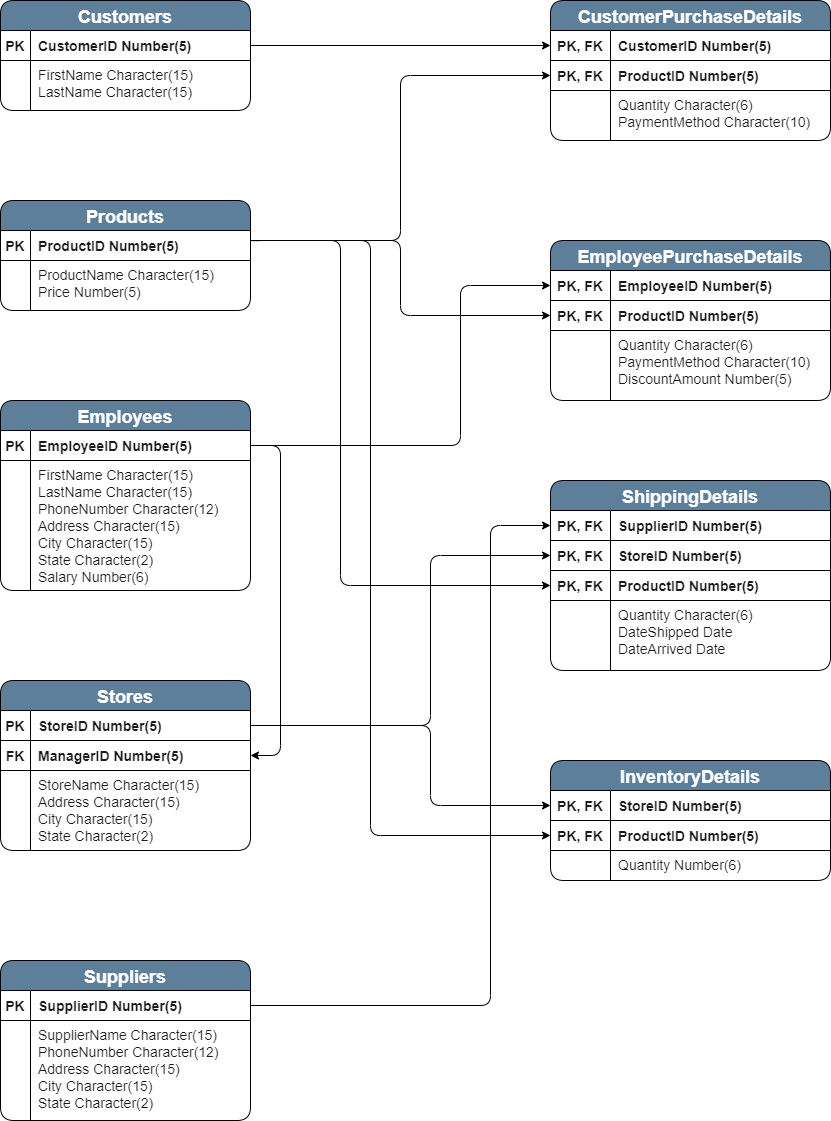
This is out/production/Masters Project/files/images/helpscreen/DatabaseSchema.png from DeliciousWaffle/MastersProject, a draw.io export, as it was before one commit. Source tidied: cells renumbered, new cells last; positions are measured from the earlier drawing's top-left corner, leaving out a move shared by most shapes.
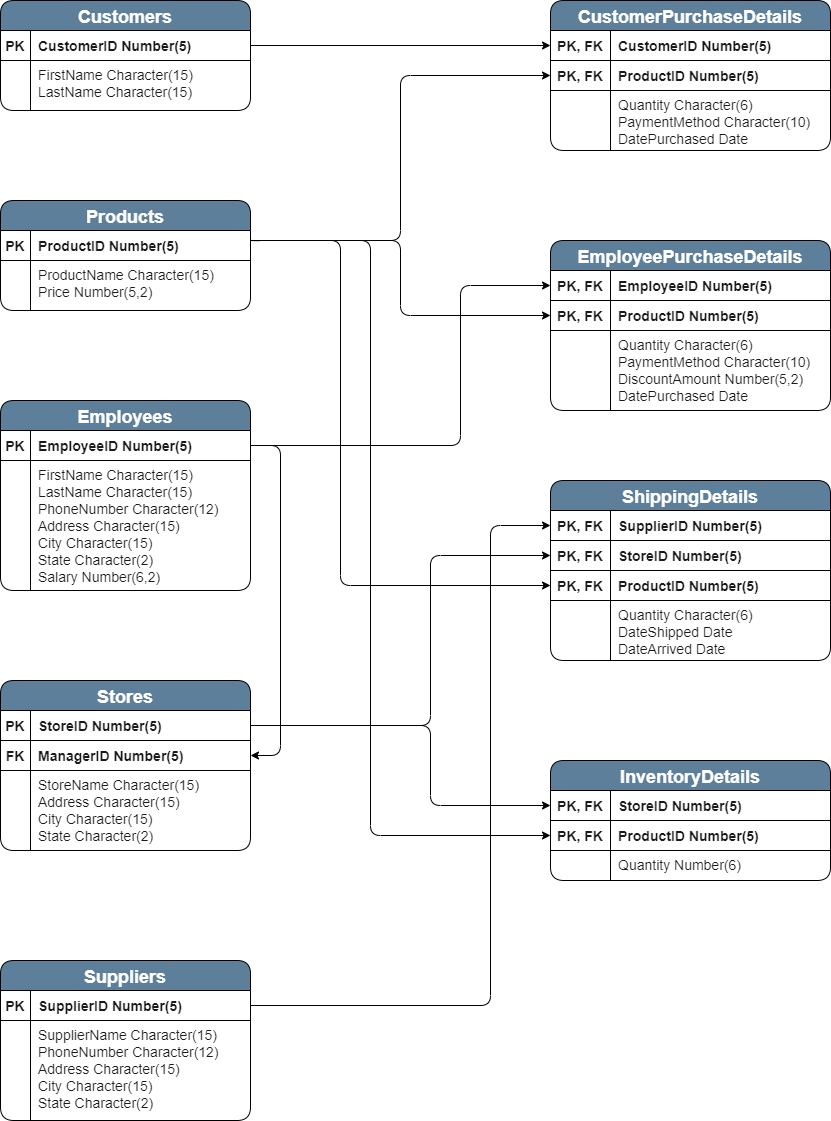
The same diagram one commit later.

What changed in the source:
```diff
@@ -120,7 +120,7 @@
     <mxCell id="24" style="shape=partialRectangle;overflow=hidden;fillColor=none;top=0;left=0;bottom=0;right=0;rounded=1;strokeColor=#D0CEE2;fontColor=#1A1A1A;" parent="23" vertex="1">
       <mxGeometry width="30" height="50" as="geometry" />
     </mxCell>
-    <mxCell id="25" value="ProductName Character(15)&#10;Price Number(5)&#10;" style="shape=partialRectangle;overflow=hidden;fillColor=none;top=0;left=0;bottom=0;right=0;align=left;spacingLeft=6;verticalAlign=top;rounded=1;strokeColor=#D0CEE2;fontColor=#1A1A1A;fontSize=14;spacingBottom=5;" parent="23" vertex="1">
+    <mxCell id="25" value="ProductName Character(15)&#10;Price Number(5,2)&#10;" style="shape=partialRectangle;overflow=hidden;fillColor=none;top=0;left=0;bottom=0;right=0;align=left;spacingLeft=6;verticalAlign=top;rounded=1;strokeColor=#D0CEE2;fontColor=#1A1A1A;fontSize=14;spacingBottom=5;" parent="23" vertex="1">
       <mxGeometry x="30" width="220" height="50" as="geometry" />
     </mxCell>
     <mxCell id="26" value="Employees" style="shape=table;startSize=30;rowLines=0;fontStyle=1;align=center;fillColor=#5D7F99;rounded=1;fontColor=#FFFFFF;fontSize=18;" parent="1" vertex="1">
@@ -141,7 +141,7 @@
     <mxCell id="31" style="shape=partialRectangle;overflow=hidden;fillColor=none;top=0;left=0;bottom=0;right=0;rounded=1;strokeColor=#D0CEE2;fontColor=#1A1A1A;" parent="30" vertex="1">
       <mxGeometry width="30" height="130" as="geometry" />
     </mxCell>
-    <mxCell id="32" value="FirstName Character(15)&#10;LastName Character(15)&#10;PhoneNumber Character(12)&#10;Address Character(15)&#10;City Character(15)&#10;State Character(2)&#10;Salary Number(6)&#10;" style="shape=partialRectangle;overflow=hidden;fillColor=none;top=0;left=0;bottom=0;right=0;align=left;spacingLeft=6;verticalAlign=top;rounded=1;strokeColor=#D0CEE2;fontColor=#1A1A1A;fontSize=14;spacingBottom=5;" parent="30" vertex="1">
+    <mxCell id="32" value="FirstName Character(15)&#10;LastName Character(15)&#10;PhoneNumber Character(12)&#10;Address Character(15)&#10;City Character(15)&#10;State Character(2)&#10;Salary Number(6,2)&#10;" style="shape=partialRectangle;overflow=hidden;fillColor=none;top=0;left=0;bottom=0;right=0;align=left;spacingLeft=6;verticalAlign=top;rounded=1;strokeColor=#D0CEE2;fontColor=#1A1A1A;fontSize=14;spacingBottom=5;" parent="30" vertex="1">
       <mxGeometry x="30" width="220" height="130" as="geometry" />
     </mxCell>
     <mxCell id="33" value="Stores" style="shape=table;startSize=30;rowLines=0;fontStyle=1;align=center;fillColor=#5D7F99;rounded=1;fontColor=#FFFFFF;fontSize=18;" parent="1" vertex="1">
@@ -175,7 +175,7 @@
       <mxGeometry x="30" width="220" height="80" as="geometry" />
     </mxCell>
     <mxCell id="43" value="CustomerPurchaseDetails" style="shape=table;startSize=30;rowLines=0;fontStyle=1;align=center;fillColor=#5D7F99;rounded=1;fontColor=#FFFFFF;fontSize=18;" parent="1" vertex="1">
-      <mxGeometry x="550" width="280" height="140" as="geometry" />
+      <mxGeometry x="550" width="280" height="150" as="geometry" />
     </mxCell>
     <mxCell id="44" style="shape=partialRectangle;fillColor=none;points=[[0,0.5],[1,0.5]];portConstraint=eastwest;top=0;left=0;right=0;bottom=1;rounded=1;fontColor=#1A1A1A;" parent="43" vertex="1">
       <mxGeometry y="30" width="280" height="30" as="geometry" />
@@ -196,16 +196,16 @@
       <mxGeometry x="60" width="220" height="30" as="geometry" />
     </mxCell>
     <mxCell id="50" style="shape=partialRectangle;fillColor=none;top=0;left=0;right=0;bottom=0;rounded=1;fontColor=#1A1A1A;" parent="43" vertex="1">
-      <mxGeometry y="90" width="280" height="50" as="geometry" />
+      <mxGeometry y="90" width="280" height="60" as="geometry" />
     </mxCell>
     <mxCell id="51" style="shape=partialRectangle;overflow=hidden;fillColor=none;top=0;left=0;bottom=0;right=0;rounded=1;strokeColor=#D0CEE2;fontColor=#1A1A1A;" parent="50" vertex="1">
-      <mxGeometry width="60" height="50" as="geometry" />
+      <mxGeometry width="60" height="60" as="geometry" />
     </mxCell>
-    <mxCell id="52" value="Quantity Character(6)&#10;PaymentMethod Character(10)&#10;" style="shape=partialRectangle;overflow=hidden;fillColor=none;top=0;left=0;bottom=0;right=0;align=left;spacingLeft=6;verticalAlign=top;rounded=1;strokeColor=#D0CEE2;fontColor=#1A1A1A;fontSize=14;spacingBottom=5;" parent="50" vertex="1">
-      <mxGeometry x="60" width="220" height="50" as="geometry" />
+    <mxCell id="52" value="Quantity Character(6)&#10;PaymentMethod Character(10)&#10;DatePurchased Date&#10;" style="shape=partialRectangle;overflow=hidden;fillColor=none;top=0;left=0;bottom=0;right=0;align=left;spacingLeft=6;verticalAlign=top;rounded=1;strokeColor=#D0CEE2;fontColor=#1A1A1A;fontSize=14;spacingBottom=5;" parent="50" vertex="1">
+      <mxGeometry x="60" width="220" height="60" as="geometry" />
     </mxCell>
     <mxCell id="53" value="EmployeePurchaseDetails" style="shape=table;startSize=30;rowLines=0;fontStyle=1;align=center;fillColor=#5D7F99;rounded=1;fontColor=#FFFFFF;fontSize=18;" parent="1" vertex="1">
-      <mxGeometry x="550" y="240" width="280" height="160" as="geometry" />
+      <mxGeometry x="550" y="240" width="280" height="170" as="geometry" />
     </mxCell>
     <mxCell id="54" style="shape=partialRectangle;fillColor=none;points=[[0,0.5],[1,0.5]];portConstraint=eastwest;top=0;left=0;right=0;bottom=1;rounded=1;fontColor=#1A1A1A;" parent="53" vertex="1">
       <mxGeometry y="30" width="280" height="30" as="geometry" />
@@ -226,16 +226,16 @@
       <mxGeometry x="60" width="220" height="30" as="geometry" />
     </mxCell>
     <mxCell id="60" style="shape=partialRectangle;fillColor=none;top=0;left=0;right=0;bottom=0;rounded=1;fontColor=#1A1A1A;" parent="53" vertex="1">
-      <mxGeometry y="90" width="280" height="70" as="geometry" />
+      <mxGeometry y="90" width="280" height="80" as="geometry" />
     </mxCell>
     <mxCell id="61" style="shape=partialRectangle;overflow=hidden;fillColor=none;top=0;left=0;bottom=0;right=0;rounded=1;strokeColor=#D0CEE2;fontColor=#1A1A1A;" parent="60" vertex="1">
-      <mxGeometry width="60" height="70" as="geometry" />
+      <mxGeometry width="60" height="80" as="geometry" />
     </mxCell>
-    <mxCell id="62" value="Quantity Character(6)&#10;PaymentMethod Character(10)&#10;DiscountAmount Number(5)&#10;" style="shape=partialRectangle;overflow=hidden;fillColor=none;top=0;left=0;bottom=0;right=0;align=left;spacingLeft=6;verticalAlign=top;rounded=1;strokeColor=#D0CEE2;fontColor=#1A1A1A;fontSize=14;spacingBottom=5;" parent="60" vertex="1">
-      <mxGeometry x="60" width="220" height="70" as="geometry" />
+    <mxCell id="62" value="Quantity Character(6)&#10;PaymentMethod Character(10)&#10;DiscountAmount Number(5,2)&#10;DatePurchased Date&#10;" style="shape=partialRectangle;overflow=hidden;fillColor=none;top=0;left=0;bottom=0;right=0;align=left;spacingLeft=6;verticalAlign=top;rounded=1;strokeColor=#D0CEE2;fontColor=#1A1A1A;fontSize=14;spacingBottom=5;" parent="60" vertex="1">
+      <mxGeometry x="60" width="220" height="80" as="geometry" />
     </mxCell>
     <mxCell id="63" value="ShippingDetails" style="shape=table;startSize=30;rowLines=0;fontStyle=1;align=center;fillColor=#5D7F99;rounded=1;fontColor=#FFFFFF;fontSize=18;" parent="1" vertex="1">
-      <mxGeometry x="550" y="480" width="280" height="190" as="geometry" />
+      <mxGeometry x="550" y="480" width="280" height="180" as="geometry" />
     </mxCell>
     <mxCell id="64" style="shape=partialRectangle;fillColor=none;points=[[0,0.5],[1,0.5]];portConstraint=eastwest;top=0;left=0;right=0;bottom=1;rounded=1;fontColor=#1A1A1A;" parent="63" vertex="1">
       <mxGeometry y="30" width="280" height="30" as="geometry" />
@@ -265,13 +265,13 @@
       <mxGeometry x="60" width="220" height="30" as="geometry" />
     </mxCell>
     <mxCell id="73" style="shape=partialRectangle;fillColor=none;top=0;left=0;right=0;bottom=0;rounded=1;fontColor=#1A1A1A;" parent="63" vertex="1">
-      <mxGeometry y="120" width="280" height="70" as="geometry" />
+      <mxGeometry y="120" width="280" height="60" as="geometry" />
     </mxCell>
     <mxCell id="74" style="shape=partialRectangle;overflow=hidden;fillColor=none;top=0;left=0;bottom=0;right=0;rounded=1;strokeColor=#D0CEE2;fontColor=#1A1A1A;" parent="73" vertex="1">
-      <mxGeometry width="60" height="70" as="geometry" />
+      <mxGeometry width="60" height="60" as="geometry" />
     </mxCell>
     <mxCell id="75" value="Quantity Character(6)&#10;DateShipped Date&#10;DateArrived Date&#10;" style="shape=partialRectangle;overflow=hidden;fillColor=none;top=0;left=0;bottom=0;right=0;align=left;spacingLeft=6;verticalAlign=top;rounded=1;strokeColor=#D0CEE2;fontColor=#1A1A1A;fontSize=14;spacingBottom=5;" parent="73" vertex="1">
-      <mxGeometry x="60" width="220" height="70" as="geometry" />
+      <mxGeometry x="60" width="220" height="60" as="geometry" />
     </mxCell>
     <mxCell id="76" value="InventoryDetails" style="shape=table;startSize=30;rowLines=0;fontStyle=1;align=center;fillColor=#5D7F99;rounded=1;fontColor=#FFFFFF;fontSize=18;" parent="1" vertex="1">
       <mxGeometry x="550" y="760" width="280" height="120" as="geometry" />
```
